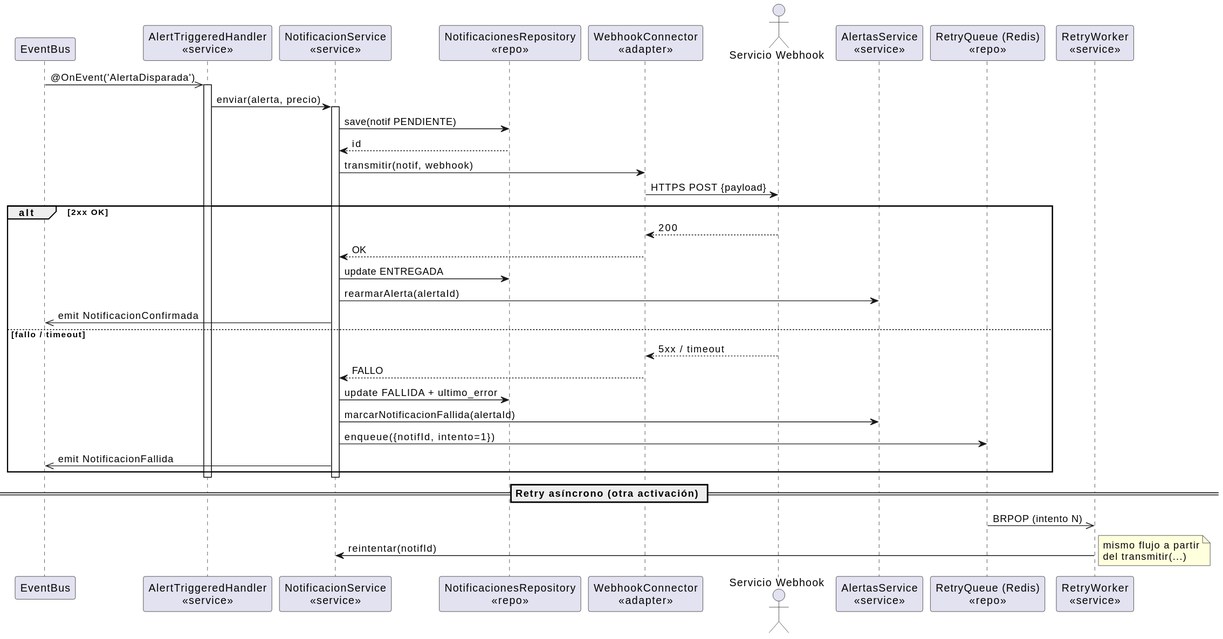
The PlantUML diagram imagenes/capitulo3/diseno-secuencia-CU-14.svg in nekiiiiis/tfg, before a commit. Its diagram source:
```plantuml
@startuml
skinparam shadowing false

participant "EventBus" as BUS
participant "AlertTriggeredHandler\n<<service>>" as ATH
participant "NotificacionService\n<<service>>" as NS
participant "NotificacionesRepository\n<<repo>>" as NREPO
participant "WebhookConnector\n<<adapter>>" as WHC
actor "Servicio Webhook" as SW
participant "AlertasService\n<<service>>" as AS
participant "RetryQueue (Redis)\n<<repo>>" as RQ

BUS ->> ATH : @OnEvent('AlertaDisparada')
activate ATH

ATH -> NS : enviar(alerta, precio)
activate NS

NS -> NREPO : save(notif PENDIENTE)
NREPO --> NS : id

NS -> WHC : transmitir(notif, webhook)
WHC -> SW : HTTPS POST {payload}

alt 2xx OK
    SW --> WHC : 200
    WHC --> NS : OK
    NS -> NREPO : update ENTREGADA
    NS -> AS : rearmarAlerta(alertaId)
    NS ->> BUS : emit NotificacionConfirmada
else fallo / timeout
    SW --> WHC : 5xx / timeout
    WHC --> NS : FALLO
    NS -> NREPO : update FALLIDA + ultimo_error
    NS -> AS : marcarNotificacionFallida(alertaId)
    NS -> RQ : enqueue({notifId, intento=1})
    NS ->> BUS : emit NotificacionFallida
end

deactivate NS
deactivate ATH

== Retry asíncrono (otra activación) ==

participant "RetryWorker\n<<service>>" as RW
RQ ->> RW : BRPOP (intento N)
RW -> NS : reintentar(notifId)
note right: mismo flujo a partir\ndel transmitir(...)
@enduml
```
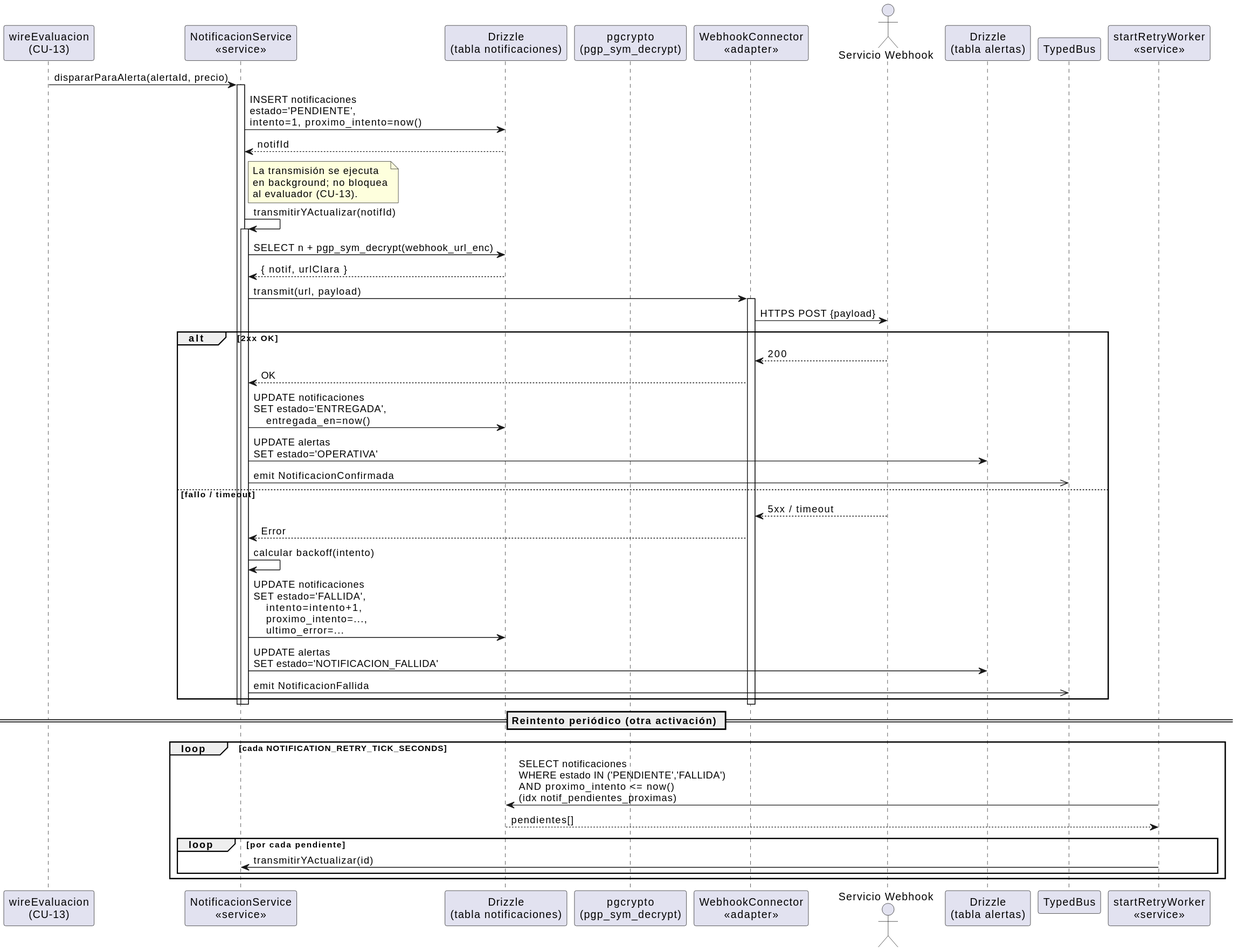
Later version of the same file.

Diff of the diagram source:
```diff
@@ -1,49 +1,61 @@
 @startuml
 skinparam shadowing false
 
-participant "EventBus" as BUS
-participant "AlertTriggeredHandler\n<<service>>" as ATH
+participant "wireEvaluacion\n(CU-13)" as EV
 participant "NotificacionService\n<<service>>" as NS
-participant "NotificacionesRepository\n<<repo>>" as NREPO
+participant "Drizzle\n(tabla notificaciones)" as DB
+participant "pgcrypto\n(pgp_sym_decrypt)" as CRY
 participant "WebhookConnector\n<<adapter>>" as WHC
 actor "Servicio Webhook" as SW
-participant "AlertasService\n<<service>>" as AS
-participant "RetryQueue (Redis)\n<<repo>>" as RQ
+participant "Drizzle\n(tabla alertas)" as ADB
+participant "TypedBus" as BUS
 
-BUS ->> ATH : @OnEvent('AlertaDisparada')
-activate ATH
-
-ATH -> NS : enviar(alerta, precio)
+EV -> NS : dispararParaAlerta(alertaId, precio)
 activate NS
 
-NS -> NREPO : save(notif PENDIENTE)
-NREPO --> NS : id
+NS -> DB : INSERT notificaciones\nestado='PENDIENTE',\nintento=1, proximo_intento=now()
+DB --> NS : notifId
 
-NS -> WHC : transmitir(notif, webhook)
+note right of NS
+  La transmisión se ejecuta
+  en background; no bloquea
+  al evaluador (CU-13).
+end note
+
+NS -> NS : transmitirYActualizar(notifId)
+activate NS
+NS -> DB : SELECT n + pgp_sym_decrypt(webhook_url_enc)
+DB --> NS : { notif, urlClara }
+NS -> WHC : transmit(url, payload)
+activate WHC
 WHC -> SW : HTTPS POST {payload}
-
 alt 2xx OK
     SW --> WHC : 200
     WHC --> NS : OK
-    NS -> NREPO : update ENTREGADA
-    NS -> AS : rearmarAlerta(alertaId)
+    NS -> DB : UPDATE notificaciones\nSET estado='ENTREGADA',\n    entregada_en=now()
+    NS -> ADB : UPDATE alertas\nSET estado='OPERATIVA'
     NS ->> BUS : emit NotificacionConfirmada
 else fallo / timeout
     SW --> WHC : 5xx / timeout
-    WHC --> NS : FALLO
-    NS -> NREPO : update FALLIDA + ultimo_error
-    NS -> AS : marcarNotificacionFallida(alertaId)
-    NS -> RQ : enqueue({notifId, intento=1})
+    WHC --> NS : Error
+    NS -> NS : calcular backoff(intento)
+    NS -> DB : UPDATE notificaciones\nSET estado='FALLIDA',\n    intento=intento+1,\n    proximo_intento=...,\n    ultimo_error=...
+    NS -> ADB : UPDATE alertas\nSET estado='NOTIFICACION_FALLIDA'
     NS ->> BUS : emit NotificacionFallida
 end
+deactivate WHC
+deactivate NS
+deactivate NS
 
-deactivate NS
-deactivate ATH
+== Reintento periódico (otra activación) ==
 
-== Retry asíncrono (otra activación) ==
+participant "startRetryWorker\n<<service>>" as RW
 
-participant "RetryWorker\n<<service>>" as RW
-RQ ->> RW : BRPOP (intento N)
-RW -> NS : reintentar(notifId)
-note right: mismo flujo a partir\ndel transmitir(...)
+loop cada NOTIFICATION_RETRY_TICK_SECONDS
+    RW -> DB : SELECT notificaciones\nWHERE estado IN ('PENDIENTE','FALLIDA')\nAND proximo_intento <= now()\n(idx notif_pendientes_proximas)
+    DB --> RW : pendientes[]
+    loop por cada pendiente
+        RW -> NS : transmitirYActualizar(id)
+    end
+end
 @enduml
```
